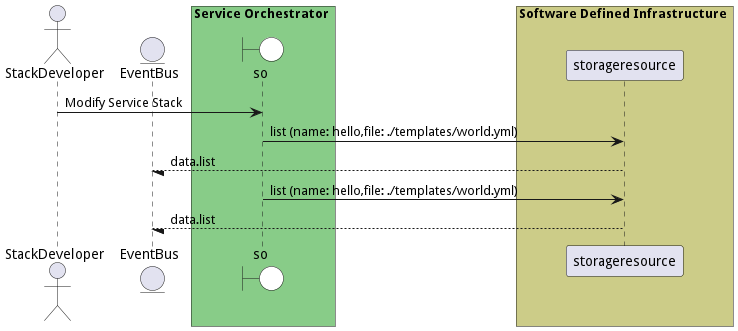
Before: docs/edgemere/sml/so/usecases/managestacks/ModifyServiceStack.png, a diagram exported from PlantUML (madajaju/edgemere).
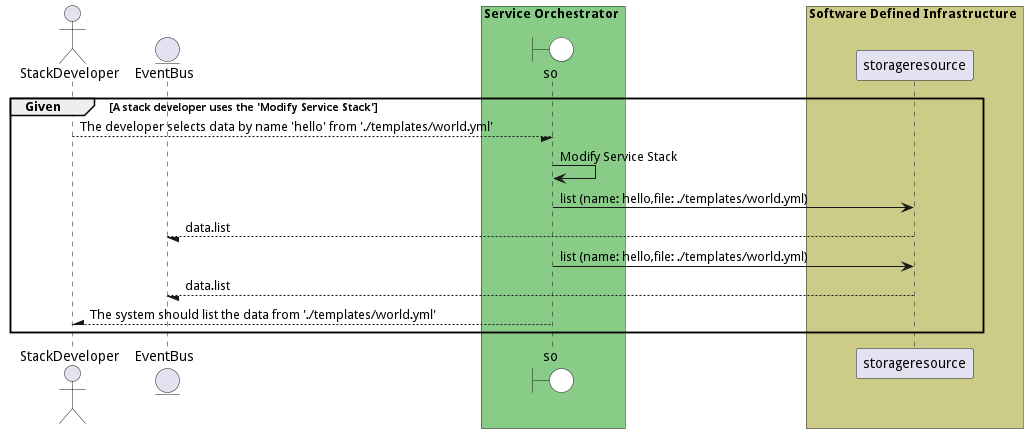
The same file after the commit.

Change to the diagram source:
```diff
@@ -1,4 +1,5 @@
 @startuml
+
 
 actor "StackDeveloper"
 
@@ -14,8 +15,10 @@
             participant storageresource
     end box
 
+group Given [A stack developer uses the &#39;Modify Service Stack&#39;]
 
-"StackDeveloper" -> so: Modify Service Stack
+"StackDeveloper" --/ so: The developer selects data by name &#39;hello&#39; from &#39;./templates/world.yml&#39;
+"so" -> so: Modify Service Stack
 
     so -> "storageresource": list (name: hello,file: ./templates/world.yml)
 
@@ -27,4 +30,9 @@
 
 
 
+"StackDeveloper" /-- so: The system should list the data from &#39;./templates/world.yml&#39;
+
+
+end
+
 @enduml
```
